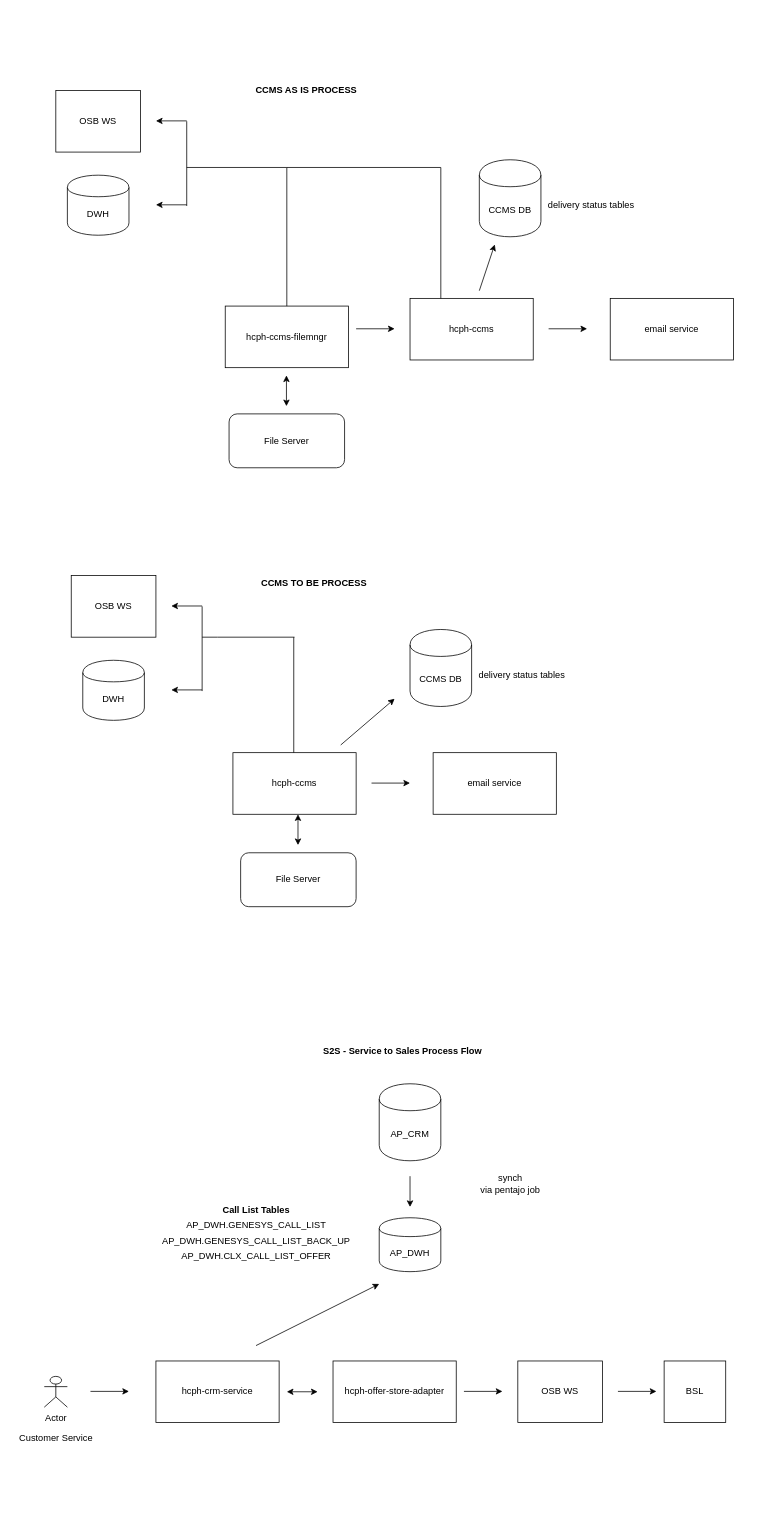
Earlier version of the draw.io diagram CCMS Business Process.drawio (JoemarieTeodoro/drawdotio). Source tidied: cells renumbered, new cells numbered last; positions are measured from the earlier drawing's top-left corner, leaving out a move shared by most shapes. Both pictures are drawn from the tidied source at 77%, with x=0, y=0 at pixel (13, 82).
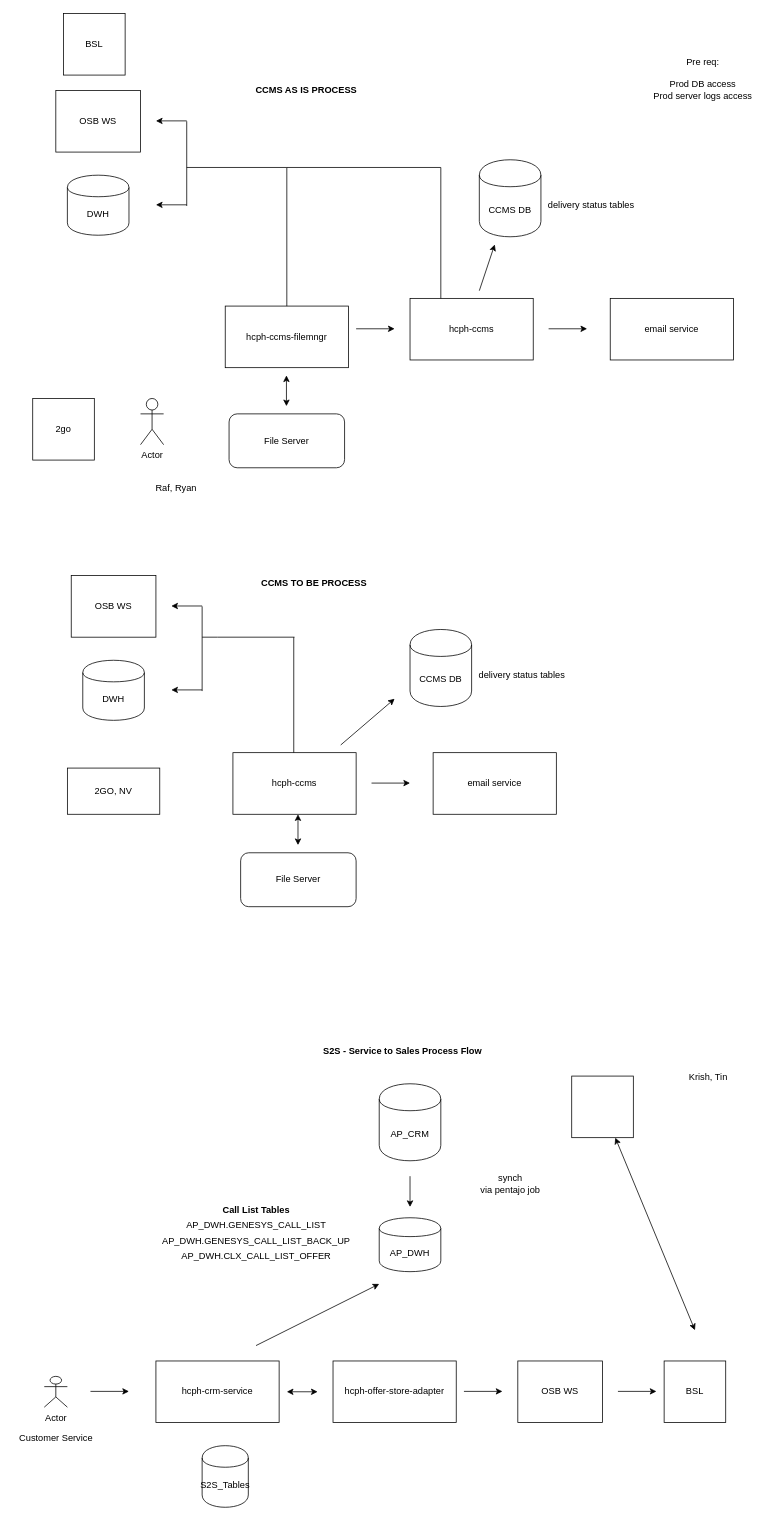
After the change.

Diff of the diagram source:
```diff
@@
+    <mxCell id="59" value="Pre req:&lt;br&gt;&lt;br&gt;Prod DB access&lt;br&gt;Prod server logs access&lt;br&gt;&lt;br&gt;&lt;br&gt;" style="text;html=1;align=center;verticalAlign=middle;" parent="1" vertex="1">
+      <mxGeometry x="825" y="-36" width="140" height="90" as="geometry" />
+    </mxCell>
+    <mxCell id="60" value="Actor" style="shape=umlActor;verticalLabelPosition=bottom;verticalAlign=top;html=1;" parent="1" vertex="1">
+      <mxGeometry x="165" y="410" width="30" height="60" as="geometry" />
+    </mxCell>
+    <mxCell id="61" value="2go" style="whiteSpace=wrap;html=1;" parent="1" vertex="1">
+      <mxGeometry x="25" y="410" width="80" height="80" as="geometry" />
+    </mxCell>
+    <mxCell id="62" value="BSL" style="whiteSpace=wrap;html=1;" parent="1" vertex="1">
+      <mxGeometry x="65" y="-90" width="80" height="80" as="geometry" />
+    </mxCell>
+    <mxCell id="63" value="Raf, Ryan" style="text;html=1;align=center;verticalAlign=middle;" parent="1" vertex="1">
+      <mxGeometry x="176" y="517" width="70" height="20" as="geometry" />
+    </mxCell>
+    <mxCell id="64" value="2GO, NV" style="rounded=0;whiteSpace=wrap;html=1;" parent="1" vertex="1">
+      <mxGeometry x="70" y="890" width="120" height="60" as="geometry" />
+    </mxCell>
+    <mxCell id="65" style="endArrow=classic;startArrow=classic;html=1;" parent="1" edge="1" target="66">
+      <mxGeometry relative="1" as="geometry">
+        <mxPoint x="885" y="1620" as="sourcePoint" />
+      </mxGeometry>
+    </mxCell>
+    <mxCell id="66" style="whiteSpace=wrap;html=1;" parent="1" vertex="1">
+      <mxGeometry x="725" y="1290" width="80" height="80" as="geometry" />
+    </mxCell>
+    <mxCell id="67" value="S2S_Tables" style="shape=cylinder;whiteSpace=wrap;html=1;boundedLbl=1;backgroundOutline=1;" parent="1" vertex="1">
+      <mxGeometry x="245" y="1770" width="60" height="80" as="geometry" />
+    </mxCell>
+    <mxCell id="68" value="Krish, Tin" style="text;html=1;align=center;verticalAlign=middle;" parent="1" vertex="1">
+      <mxGeometry x="867" y="1281" width="70" height="20" as="geometry" />
+    </mxCell>
```
